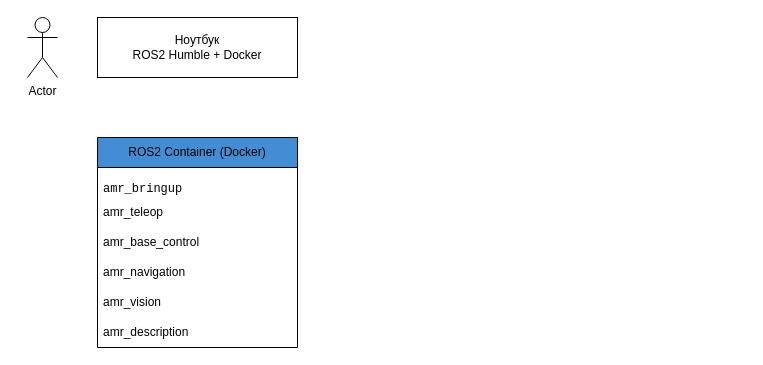
Above: docs/C2 — Container Diagram.drawio in boxisattva/ROS2-AMR (draw.io), before the change. Source tidied: cells renumbered, new cells numbered last; positions are measured from the earlier drawing's top-left corner, leaving out a move shared by most shapes. Both pictures are drawn from the tidied source at 100%, with x=0, y=0 at pixel (27, 17).
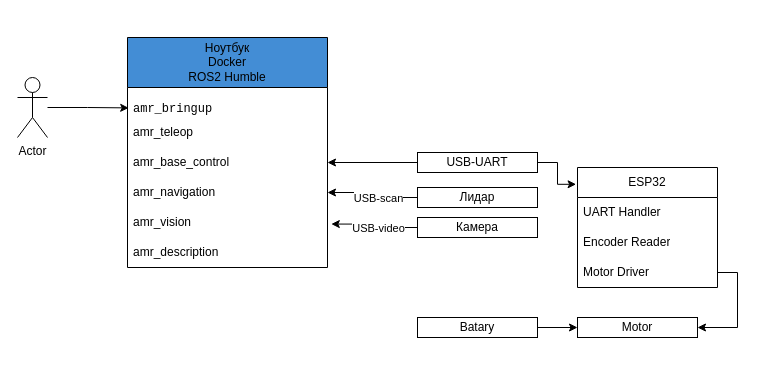
The same diagram, later.

The edit, as a diff of the source:
```diff
@@
-    <mxCell id="2" value="Actor" style="shape=umlActor;verticalLabelPosition=bottom;verticalAlign=top;html=1;outlineConnect=0;" parent="1" vertex="1">
-      <mxGeometry width="30" height="60" as="geometry" />
-    </mxCell>
-    <mxCell id="3" value="Ноутбук&lt;br&gt;ROS2 Humble + Docker" style="rounded=0;whiteSpace=wrap;html=1;" parent="1" vertex="1">
-      <mxGeometry x="70" width="200" height="60" as="geometry" />
-    </mxCell>
-    <mxCell id="4" value="ROS2 Container (Docker)" style="swimlane;fontStyle=0;horizontal=1;startSize=30;whiteSpace=wrap;html=1;fillColor=#438DD5;" parent="1" vertex="1">
-      <mxGeometry x="70" y="120" width="200" height="210" as="geometry" />
+    <mxCell id="4" value="Ноутбук&lt;br&gt;&lt;div&gt;Docker&lt;/div&gt;&lt;div&gt;ROS2 Humble&lt;/div&gt;" style="swimlane;fontStyle=0;horizontal=1;startSize=50;whiteSpace=wrap;html=1;fillColor=#438DD5;" parent="1" vertex="1">
+      <mxGeometry x="100" y="20" width="200" height="230" as="geometry" />
     </mxCell>
     <mxCell id="5" value="&lt;pre data-v-efb858b9=&quot;&quot; class=&quot;language-plain&quot;&gt;&lt;code class=&quot;language-plain&quot;&gt;amr_bringup&lt;/code&gt;&lt;/pre&gt;" style="text;strokeColor=none;fillColor=none;align=left;verticalAlign=middle;spacingLeft=4;spacingRight=4;overflow=hidden;points=[[0,0.5],[1,0.5]];portConstraint=eastwest;whiteSpace=wrap;html=1;" parent="4" vertex="1">
-      <mxGeometry y="30" width="200" height="30" as="geometry" />
+      <mxGeometry y="50" width="200" height="30" as="geometry" />
     </mxCell>
     <mxCell id="6" value="&lt;div&gt;amr_teleop&lt;/div&gt;" style="text;strokeColor=none;fillColor=none;align=left;verticalAlign=middle;spacingLeft=4;spacingRight=4;overflow=hidden;whiteSpace=wrap;html=1;" parent="4" vertex="1">
-      <mxGeometry y="60" width="200" height="30" as="geometry" />
+      <mxGeometry y="80" width="200" height="30" as="geometry" />
     </mxCell>
     <mxCell id="7" value="&lt;div&gt;amr_base_control&lt;/div&gt;" style="text;strokeColor=none;fillColor=none;align=left;verticalAlign=middle;spacingLeft=4;spacingRight=4;overflow=hidden;points=[[0,0.5],[1,0.5]];portConstraint=eastwest;whiteSpace=wrap;html=1;" parent="4" vertex="1">
-      <mxGeometry y="90" width="200" height="30" as="geometry" />
+      <mxGeometry y="110" width="200" height="30" as="geometry" />
     </mxCell>
     <mxCell id="8" value="&lt;div&gt;amr_navigation&lt;/div&gt;" style="text;strokeColor=none;fillColor=none;align=left;verticalAlign=middle;spacingLeft=4;spacingRight=4;overflow=hidden;points=[[0,0.5],[1,0.5]];portConstraint=eastwest;whiteSpace=wrap;html=1;" parent="4" vertex="1">
-      <mxGeometry y="120" width="200" height="30" as="geometry" />
+      <mxGeometry y="140" width="200" height="30" as="geometry" />
     </mxCell>
     <mxCell id="9" value="&lt;div&gt;amr_vision&lt;/div&gt;" style="text;strokeColor=none;fillColor=none;align=left;verticalAlign=middle;spacingLeft=4;spacingRight=4;overflow=hidden;points=[[0,0.5],[1,0.5]];portConstraint=eastwest;whiteSpace=wrap;html=1;" parent="4" vertex="1">
-      <mxGeometry y="150" width="200" height="30" as="geometry" />
+      <mxGeometry y="170" width="200" height="30" as="geometry" />
     </mxCell>
     <mxCell id="10" value="&lt;div&gt;amr_description&lt;/div&gt;" style="text;strokeColor=none;fillColor=none;align=left;verticalAlign=middle;spacingLeft=4;spacingRight=4;overflow=hidden;whiteSpace=wrap;html=1;" parent="4" vertex="1">
-      <mxGeometry y="180" width="200" height="30" as="geometry" />
+      <mxGeometry y="200" width="200" height="30" as="geometry" />
     </mxCell>
+    <mxCell id="11" value="ESP32" style="swimlane;fontStyle=0;horizontal=1;startSize=30;whiteSpace=wrap;html=1;" parent="1" vertex="1">
+      <mxGeometry x="550" y="150" width="140" height="120" as="geometry" />
+    </mxCell>
+    <mxCell id="12" value="UART Handler" style="text;strokeColor=none;fillColor=none;align=left;verticalAlign=middle;spacingLeft=4;spacingRight=4;overflow=hidden;whiteSpace=wrap;html=1;" parent="11" vertex="1">
+      <mxGeometry y="30" width="140" height="30" as="geometry" />
+    </mxCell>
+    <mxCell id="13" value="Encoder Reader" style="text;strokeColor=none;fillColor=none;align=left;verticalAlign=middle;spacingLeft=4;spacingRight=4;overflow=hidden;whiteSpace=wrap;html=1;" parent="11" vertex="1">
+      <mxGeometry y="60" width="140" height="30" as="geometry" />
+    </mxCell>
+    <mxCell id="14" value="Motor Driver" style="text;strokeColor=none;fillColor=none;align=left;verticalAlign=middle;spacingLeft=4;spacingRight=4;overflow=hidden;points=[[0,0.5],[1,0.5]];portConstraint=eastwest;whiteSpace=wrap;html=1;" parent="11" vertex="1">
+      <mxGeometry y="90" width="140" height="30" as="geometry" />
+    </mxCell>
+    <mxCell id="15" style="edgeStyle=orthogonalEdgeStyle;rounded=0;jettySize=auto;html=1;entryX=0.006;entryY=0.68;entryDx=0;entryDy=0;entryPerimeter=0;" parent="1" edge="1" source="2" target="5">
+      <mxGeometry relative="1" as="geometry" />
+    </mxCell>
+    <mxCell id="2" value="Actor" style="shape=umlActor;verticalLabelPosition=bottom;verticalAlign=top;html=1;outlineConnect=0;" parent="1" vertex="1">
+      <mxGeometry x="-10" y="60" width="30" height="60" as="geometry" />
+    </mxCell>
+    <mxCell id="16" style="edgeStyle=orthogonalEdgeStyle;rounded=0;jettySize=auto;html=1;entryX=1.019;entryY=0.552;entryDx=0;entryDy=0;entryPerimeter=0;" parent="1" edge="1" source="18" target="9">
+      <mxGeometry relative="1" as="geometry" />
+    </mxCell>
+    <mxCell id="17" value="USB-video" style="edgeLabel;html=1;align=center;verticalAlign=middle;" parent="16" vertex="1">
+      <mxGeometry x="-0.3" y="-1" relative="1" as="geometry">
+        <mxPoint x="-9" y="1" as="offset" />
+      </mxGeometry>
+    </mxCell>
+    <mxCell id="18" value="&lt;div&gt;Камера&lt;/div&gt;" style="rounded=0;whiteSpace=wrap;html=1;" parent="1" vertex="1">
+      <mxGeometry x="390" y="200" width="120" height="20" as="geometry" />
+    </mxCell>
+    <mxCell id="19" value="&lt;div&gt;Лидар&lt;/div&gt;" style="rounded=0;whiteSpace=wrap;html=1;" parent="1" vertex="1">
+      <mxGeometry x="390" y="170" width="120" height="20" as="geometry" />
+    </mxCell>
+    <mxCell id="20" style="edgeStyle=orthogonalEdgeStyle;rounded=0;jettySize=auto;html=1;exitX=0;exitY=0.5;exitDx=0;exitDy=0;entryX=1;entryY=0.5;entryDx=0;entryDy=0;" parent="1" edge="1" source="19" target="8">
+      <mxGeometry relative="1" as="geometry" />
+    </mxCell>
+    <mxCell id="21" value="USB-scan" style="edgeLabel;html=1;align=center;verticalAlign=middle;" parent="20" vertex="1">
+      <mxGeometry x="0.11" y="2" relative="1" as="geometry">
+        <mxPoint x="8" y="3" as="offset" />
+      </mxGeometry>
+    </mxCell>
+    <mxCell id="22" style="edgeStyle=orthogonalEdgeStyle;rounded=0;jettySize=auto;html=1;exitX=0;exitY=0.5;exitDx=0;exitDy=0;" parent="1" edge="1" source="23" target="7">
+      <mxGeometry relative="1" as="geometry" />
+    </mxCell>
+    <mxCell id="23" value="USB-UART" style="rounded=0;whiteSpace=wrap;html=1;" parent="1" vertex="1">
+      <mxGeometry x="390" y="135" width="120" height="20" as="geometry" />
+    </mxCell>
+    <mxCell id="24" style="edgeStyle=orthogonalEdgeStyle;rounded=0;jettySize=auto;html=1;exitX=1;exitY=0.5;exitDx=0;exitDy=0;entryX=-0.01;entryY=0.14;entryDx=0;entryDy=0;entryPerimeter=0;" parent="1" edge="1" source="23" target="11">
+      <mxGeometry relative="1" as="geometry" />
+    </mxCell>
+    <mxCell id="25" value="Motor" style="rounded=0;whiteSpace=wrap;html=1;" parent="1" vertex="1">
+      <mxGeometry x="550" y="300" width="120" height="20" as="geometry" />
+    </mxCell>
+    <mxCell id="26" style="edgeStyle=orthogonalEdgeStyle;rounded=0;jettySize=auto;html=1;exitX=1;exitY=0.5;exitDx=0;exitDy=0;entryX=1;entryY=0.5;entryDx=0;entryDy=0;" parent="1" edge="1" source="14" target="25">
+      <mxGeometry relative="1" as="geometry" />
+    </mxCell>
+    <mxCell id="27" style="edgeStyle=orthogonalEdgeStyle;rounded=0;jettySize=auto;html=1;" parent="1" edge="1" source="28" target="25">
+      <mxGeometry relative="1" as="geometry" />
+    </mxCell>
+    <mxCell id="28" value="Batary" style="rounded=0;whiteSpace=wrap;html=1;" parent="1" vertex="1">
+      <mxGeometry x="390" y="300" width="120" height="20" as="geometry" />
+    </mxCell>
```
